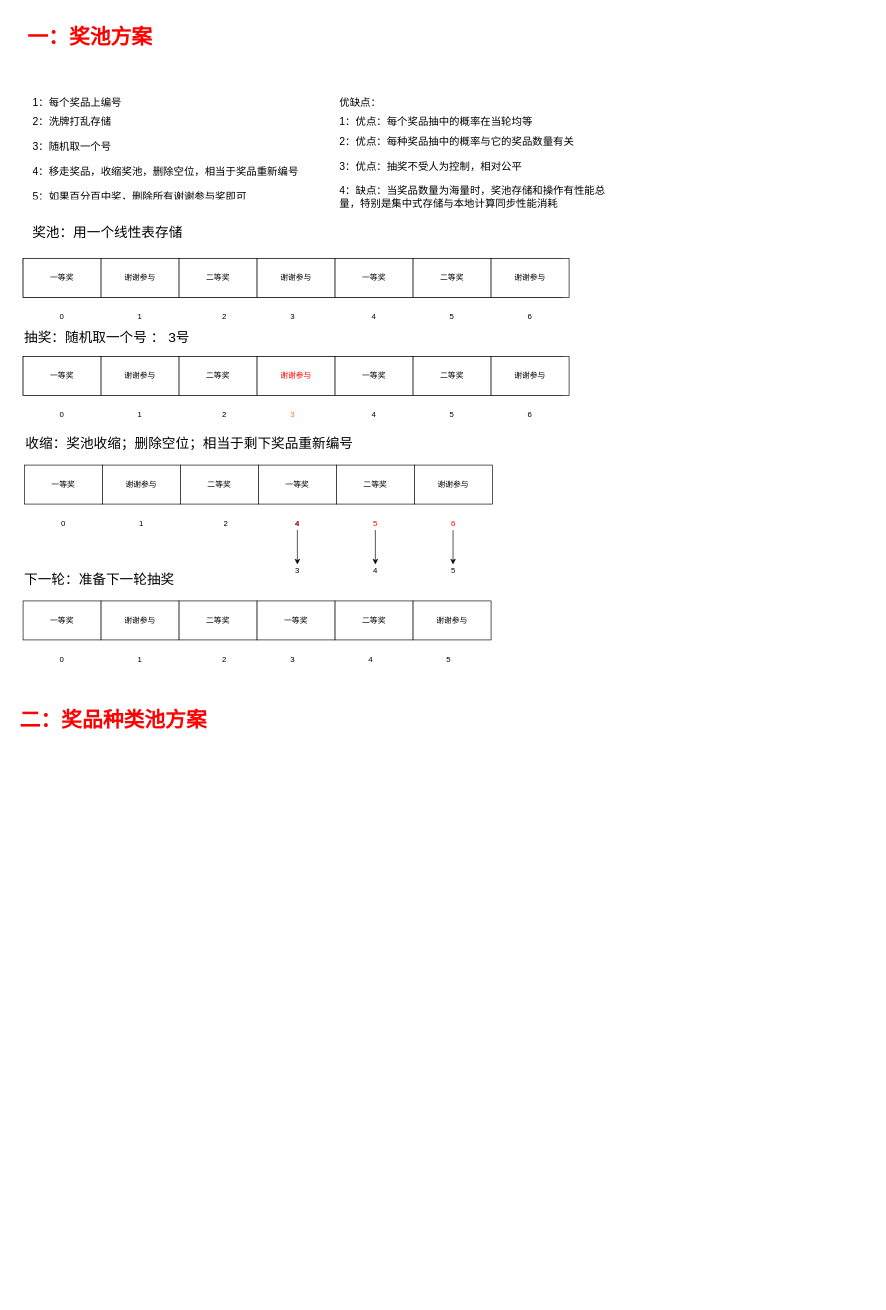
Above: won.drawio in yangsp1/yangsp1.github.io (draw.io), before the change. Source tidied: cells renumbered, new cells numbered last; positions are measured from the earlier drawing's top-left corner, leaving out a move shared by most shapes. Both pictures are drawn from the tidied source at 65%, with x=0, y=0 at pixel (16, 18).
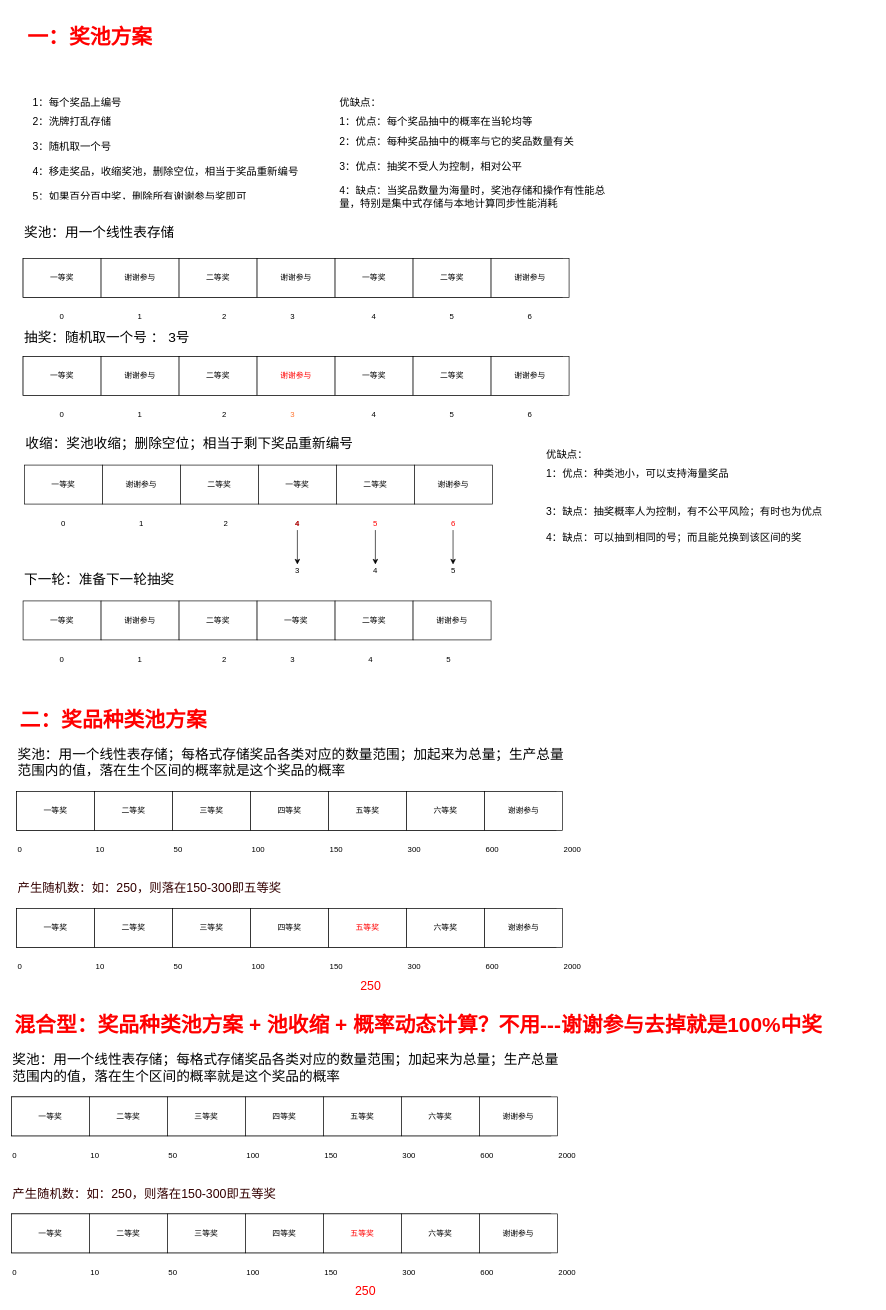
The same page after the edit.

Change to the diagram source:
```diff
@@
-    <mxCell id="17" value="奖池：用一个线性表存储" style="text;html=1;strokeColor=none;fillColor=none;align=center;verticalAlign=middle;whiteSpace=wrap;rounded=0;fontSize=21;" parent="1" vertex="1">
+    <mxCell id="17" value="奖池：用一个线性表存储" style="text;html=1;strokeColor=none;fillColor=none;align=left;verticalAlign=middle;whiteSpace=wrap;rounded=0;fontSize=21;" parent="1" vertex="1">
       <mxGeometry x="10" y="320" width="260" height="20" as="geometry" />
     </mxCell>
@@
+    <mxCell id="71" style="rounded=0;whiteSpace=wrap;html=1;" parent="1" vertex="1">
+      <mxGeometry y="1190" width="830" height="60" as="geometry" />
+    </mxCell>
+    <mxCell id="72" value="一等奖" style="rounded=0;whiteSpace=wrap;html=1;" parent="1" vertex="1">
+      <mxGeometry y="1190" width="120" height="60" as="geometry" />
+    </mxCell>
+    <mxCell id="73" value="二等奖" style="rounded=0;whiteSpace=wrap;html=1;" parent="1" vertex="1">
+      <mxGeometry x="120" y="1190" width="120" height="60" as="geometry" />
+    </mxCell>
+    <mxCell id="74" value="三等奖" style="rounded=0;whiteSpace=wrap;html=1;" parent="1" vertex="1">
+      <mxGeometry x="240" y="1190" width="120" height="60" as="geometry" />
+    </mxCell>
+    <mxCell id="75" value="四等奖" style="rounded=0;whiteSpace=wrap;html=1;" parent="1" vertex="1">
+      <mxGeometry x="360" y="1190" width="120" height="60" as="geometry" />
+    </mxCell>
+    <mxCell id="76" value="五等奖" style="rounded=0;whiteSpace=wrap;html=1;" parent="1" vertex="1">
+      <mxGeometry x="480" y="1190" width="120" height="60" as="geometry" />
+    </mxCell>
+    <mxCell id="77" value="六等奖" style="rounded=0;whiteSpace=wrap;html=1;" parent="1" vertex="1">
+      <mxGeometry x="600" y="1190" width="120" height="60" as="geometry" />
+    </mxCell>
+    <mxCell id="78" value="&lt;span&gt;谢谢参与&lt;/span&gt;" style="rounded=0;whiteSpace=wrap;html=1;" parent="1" vertex="1">
+      <mxGeometry x="720" y="1190" width="120" height="60" as="geometry" />
+    </mxCell>
+    <mxCell id="79" value="0" style="text;html=1;strokeColor=none;fillColor=none;align=left;verticalAlign=middle;whiteSpace=wrap;rounded=0;" parent="1" vertex="1">
+      <mxGeometry y="1270" width="40" height="20" as="geometry" />
+    </mxCell>
+    <mxCell id="80" value="100" style="text;html=1;strokeColor=none;fillColor=none;align=left;verticalAlign=middle;whiteSpace=wrap;rounded=0;" parent="1" vertex="1">
+      <mxGeometry x="360" y="1270" width="40" height="20" as="geometry" />
+    </mxCell>
+    <mxCell id="81" value="50" style="text;html=1;strokeColor=none;fillColor=none;align=left;verticalAlign=middle;whiteSpace=wrap;rounded=0;" parent="1" vertex="1">
+      <mxGeometry x="240" y="1270" width="40" height="20" as="geometry" />
+    </mxCell>
+    <mxCell id="82" value="奖池：用一个线性表存储；每格式存储奖品各类对应的数量范围；加起来为总量；生产总量范围内的值，落在生个区间的概率就是这个奖品的概率" style="text;html=1;strokeColor=none;fillColor=none;align=left;verticalAlign=middle;whiteSpace=wrap;rounded=0;fontSize=21;" parent="1" vertex="1">
+      <mxGeometry y="1110" width="850" height="70" as="geometry" />
+    </mxCell>
+    <mxCell id="83" value="10" style="text;html=1;strokeColor=none;fillColor=none;align=left;verticalAlign=middle;whiteSpace=wrap;rounded=0;" parent="1" vertex="1">
+      <mxGeometry x="120" y="1270" width="40" height="20" as="geometry" />
+    </mxCell>
+    <mxCell id="84" value="150" style="text;html=1;strokeColor=none;fillColor=none;align=left;verticalAlign=middle;whiteSpace=wrap;rounded=0;" parent="1" vertex="1">
+      <mxGeometry x="480" y="1270" width="40" height="20" as="geometry" />
+    </mxCell>
+    <mxCell id="85" value="300" style="text;html=1;strokeColor=none;fillColor=none;align=left;verticalAlign=middle;whiteSpace=wrap;rounded=0;" parent="1" vertex="1">
+      <mxGeometry x="600" y="1270" width="40" height="20" as="geometry" />
+    </mxCell>
+    <mxCell id="86" value="600" style="text;html=1;strokeColor=none;fillColor=none;align=left;verticalAlign=middle;whiteSpace=wrap;rounded=0;" parent="1" vertex="1">
+      <mxGeometry x="720" y="1270" width="40" height="20" as="geometry" />
+    </mxCell>
+    <mxCell id="87" value="2000" style="text;html=1;strokeColor=none;fillColor=none;align=left;verticalAlign=middle;whiteSpace=wrap;rounded=0;" parent="1" vertex="1">
+      <mxGeometry x="840" y="1270" width="40" height="20" as="geometry" />
+    </mxCell>
+    <mxCell id="88" style="rounded=0;whiteSpace=wrap;html=1;" parent="1" vertex="1">
+      <mxGeometry y="1370" width="830" height="60" as="geometry" />
+    </mxCell>
+    <mxCell id="89" value="一等奖" style="rounded=0;whiteSpace=wrap;html=1;" parent="1" vertex="1">
+      <mxGeometry y="1370" width="120" height="60" as="geometry" />
+    </mxCell>
+    <mxCell id="90" value="二等奖" style="rounded=0;whiteSpace=wrap;html=1;" parent="1" vertex="1">
+      <mxGeometry x="120" y="1370" width="120" height="60" as="geometry" />
+    </mxCell>
+    <mxCell id="91" value="三等奖" style="rounded=0;whiteSpace=wrap;html=1;" parent="1" vertex="1">
+      <mxGeometry x="240" y="1370" width="120" height="60" as="geometry" />
+    </mxCell>
+    <mxCell id="92" value="四等奖" style="rounded=0;whiteSpace=wrap;html=1;" parent="1" vertex="1">
+      <mxGeometry x="360" y="1370" width="120" height="60" as="geometry" />
+    </mxCell>
+    <mxCell id="93" value="五等奖" style="rounded=0;whiteSpace=wrap;html=1;fontColor=#FF0000;" parent="1" vertex="1">
+      <mxGeometry x="480" y="1370" width="120" height="60" as="geometry" />
+    </mxCell>
+    <mxCell id="94" value="六等奖" style="rounded=0;whiteSpace=wrap;html=1;" parent="1" vertex="1">
+      <mxGeometry x="600" y="1370" width="120" height="60" as="geometry" />
+    </mxCell>
+    <mxCell id="95" value="&lt;span&gt;谢谢参与&lt;/span&gt;" style="rounded=0;whiteSpace=wrap;html=1;" parent="1" vertex="1">
+      <mxGeometry x="720" y="1370" width="120" height="60" as="geometry" />
+    </mxCell>
+    <mxCell id="96" value="0" style="text;html=1;strokeColor=none;fillColor=none;align=left;verticalAlign=middle;whiteSpace=wrap;rounded=0;" parent="1" vertex="1">
+      <mxGeometry y="1450" width="40" height="20" as="geometry" />
+    </mxCell>
+    <mxCell id="97" value="100" style="text;html=1;strokeColor=none;fillColor=none;align=left;verticalAlign=middle;whiteSpace=wrap;rounded=0;" parent="1" vertex="1">
+      <mxGeometry x="360" y="1450" width="40" height="20" as="geometry" />
+    </mxCell>
+    <mxCell id="98" value="50" style="text;html=1;strokeColor=none;fillColor=none;align=left;verticalAlign=middle;whiteSpace=wrap;rounded=0;" parent="1" vertex="1">
+      <mxGeometry x="240" y="1450" width="40" height="20" as="geometry" />
+    </mxCell>
+    <mxCell id="99" value="10" style="text;html=1;strokeColor=none;fillColor=none;align=left;verticalAlign=middle;whiteSpace=wrap;rounded=0;" parent="1" vertex="1">
+      <mxGeometry x="120" y="1450" width="40" height="20" as="geometry" />
+    </mxCell>
+    <mxCell id="100" value="150" style="text;html=1;strokeColor=none;fillColor=none;align=left;verticalAlign=middle;whiteSpace=wrap;rounded=0;" parent="1" vertex="1">
+      <mxGeometry x="480" y="1450" width="40" height="20" as="geometry" />
+    </mxCell>
+    <mxCell id="101" value="300" style="text;html=1;strokeColor=none;fillColor=none;align=left;verticalAlign=middle;whiteSpace=wrap;rounded=0;" parent="1" vertex="1">
+      <mxGeometry x="600" y="1450" width="40" height="20" as="geometry" />
+    </mxCell>
+    <mxCell id="102" value="600" style="text;html=1;strokeColor=none;fillColor=none;align=left;verticalAlign=middle;whiteSpace=wrap;rounded=0;" parent="1" vertex="1">
+      <mxGeometry x="720" y="1450" width="40" height="20" as="geometry" />
+    </mxCell>
+    <mxCell id="103" value="2000" style="text;html=1;strokeColor=none;fillColor=none;align=left;verticalAlign=middle;whiteSpace=wrap;rounded=0;" parent="1" vertex="1">
+      <mxGeometry x="840" y="1450" width="40" height="20" as="geometry" />
+    </mxCell>
+    <mxCell id="104" value="产生随机数：如：250，则落在150-300即五等奖" style="text;html=1;strokeColor=none;fillColor=none;align=left;verticalAlign=middle;whiteSpace=wrap;rounded=0;fontSize=19;fontColor=#330000;fontStyle=0;" parent="1" vertex="1">
+      <mxGeometry y="1330" width="520" height="20" as="geometry" />
+    </mxCell>
+    <mxCell id="105" value="250" style="text;html=1;strokeColor=none;fillColor=none;align=center;verticalAlign=middle;whiteSpace=wrap;rounded=0;fontSize=19;fontColor=#FF0000;" parent="1" vertex="1">
+      <mxGeometry x="525" y="1480" width="40" height="20" as="geometry" />
+    </mxCell>
+    <mxCell id="106" value="&lt;h1&gt;混合型：奖品种类池方案 +&amp;nbsp;池收缩 +&amp;nbsp;概率动态计算？不用---谢谢参与去掉就是100%中奖&lt;/h1&gt;" style="text;html=1;strokeColor=none;fillColor=none;spacing=5;spacingTop=-20;whiteSpace=wrap;overflow=hidden;rounded=0;fontSize=16;fontColor=#FF0000;align=left;" parent="1" vertex="1">
+      <mxGeometry x="-8" y="1520" width="1328" height="70" as="geometry" />
+    </mxCell>
+    <mxCell id="107" style="rounded=0;whiteSpace=wrap;html=1;" parent="1" vertex="1">
+      <mxGeometry x="-8" y="1660" width="830" height="60" as="geometry" />
+    </mxCell>
+    <mxCell id="108" value="一等奖" style="rounded=0;whiteSpace=wrap;html=1;" parent="1" vertex="1">
+      <mxGeometry x="-8" y="1660" width="120" height="60" as="geometry" />
+    </mxCell>
+    <mxCell id="109" value="二等奖" style="rounded=0;whiteSpace=wrap;html=1;" parent="1" vertex="1">
+      <mxGeometry x="112" y="1660" width="120" height="60" as="geometry" />
+    </mxCell>
+    <mxCell id="110" value="三等奖" style="rounded=0;whiteSpace=wrap;html=1;" parent="1" vertex="1">
+      <mxGeometry x="232" y="1660" width="120" height="60" as="geometry" />
+    </mxCell>
+    <mxCell id="111" value="四等奖" style="rounded=0;whiteSpace=wrap;html=1;" parent="1" vertex="1">
+      <mxGeometry x="352" y="1660" width="120" height="60" as="geometry" />
+    </mxCell>
+    <mxCell id="112" value="五等奖" style="rounded=0;whiteSpace=wrap;html=1;" parent="1" vertex="1">
+      <mxGeometry x="472" y="1660" width="120" height="60" as="geometry" />
+    </mxCell>
+    <mxCell id="113" value="六等奖" style="rounded=0;whiteSpace=wrap;html=1;" parent="1" vertex="1">
+      <mxGeometry x="592" y="1660" width="120" height="60" as="geometry" />
+    </mxCell>
+    <mxCell id="114" value="&lt;span&gt;谢谢参与&lt;/span&gt;" style="rounded=0;whiteSpace=wrap;html=1;" parent="1" vertex="1">
+      <mxGeometry x="712" y="1660" width="120" height="60" as="geometry" />
+    </mxCell>
+    <mxCell id="115" value="0" style="text;html=1;strokeColor=none;fillColor=none;align=left;verticalAlign=middle;whiteSpace=wrap;rounded=0;" parent="1" vertex="1">
+      <mxGeometry x="-8" y="1740" width="40" height="20" as="geometry" />
+    </mxCell>
+    <mxCell id="116" value="100" style="text;html=1;strokeColor=none;fillColor=none;align=left;verticalAlign=middle;whiteSpace=wrap;rounded=0;" parent="1" vertex="1">
+      <mxGeometry x="352" y="1740" width="40" height="20" as="geometry" />
+    </mxCell>
+    <mxCell id="117" value="50" style="text;html=1;strokeColor=none;fillColor=none;align=left;verticalAlign=middle;whiteSpace=wrap;rounded=0;" parent="1" vertex="1">
+      <mxGeometry x="232" y="1740" width="40" height="20" as="geometry" />
+    </mxCell>
+    <mxCell id="118" value="奖池：用一个线性表存储；每格式存储奖品各类对应的数量范围；加起来为总量；生产总量范围内的值，落在生个区间的概率就是这个奖品的概率" style="text;html=1;strokeColor=none;fillColor=none;align=left;verticalAlign=middle;whiteSpace=wrap;rounded=0;fontSize=21;" parent="1" vertex="1">
+      <mxGeometry x="-8" y="1580" width="850" height="70" as="geometry" />
+    </mxCell>
+    <mxCell id="119" value="10" style="text;html=1;strokeColor=none;fillColor=none;align=left;verticalAlign=middle;whiteSpace=wrap;rounded=0;" parent="1" vertex="1">
+      <mxGeometry x="112" y="1740" width="40" height="20" as="geometry" />
+    </mxCell>
+    <mxCell id="120" value="150" style="text;html=1;strokeColor=none;fillColor=none;align=left;verticalAlign=middle;whiteSpace=wrap;rounded=0;" parent="1" vertex="1">
+      <mxGeometry x="472" y="1740" width="40" height="20" as="geometry" />
+    </mxCell>
+    <mxCell id="121" value="300" style="text;html=1;strokeColor=none;fillColor=none;align=left;verticalAlign=middle;whiteSpace=wrap;rounded=0;" parent="1" vertex="1">
+      <mxGeometry x="592" y="1740" width="40" height="20" as="geometry" />
+    </mxCell>
+    <mxCell id="122" value="600" style="text;html=1;strokeColor=none;fillColor=none;align=left;verticalAlign=middle;whiteSpace=wrap;rounded=0;" parent="1" vertex="1">
+      <mxGeometry x="712" y="1740" width="40" height="20" as="geometry" />
+    </mxCell>
+    <mxCell id="123" value="2000" style="text;html=1;strokeColor=none;fillColor=none;align=left;verticalAlign=middle;whiteSpace=wrap;rounded=0;" parent="1" vertex="1">
+      <mxGeometry x="832" y="1740" width="40" height="20" as="geometry" />
+    </mxCell>
+    <mxCell id="124" style="rounded=0;whiteSpace=wrap;html=1;" parent="1" vertex="1">
+      <mxGeometry x="-8" y="1840" width="830" height="60" as="geometry" />
+    </mxCell>
+    <mxCell id="125" value="一等奖" style="rounded=0;whiteSpace=wrap;html=1;" parent="1" vertex="1">
+      <mxGeometry x="-8" y="1840" width="120" height="60" as="geometry" />
+    </mxCell>
+    <mxCell id="126" value="二等奖" style="rounded=0;whiteSpace=wrap;html=1;" parent="1" vertex="1">
+      <mxGeometry x="112" y="1840" width="120" height="60" as="geometry" />
+    </mxCell>
+    <mxCell id="127" value="三等奖" style="rounded=0;whiteSpace=wrap;html=1;" parent="1" vertex="1">
+      <mxGeometry x="232" y="1840" width="120" height="60" as="geometry" />
+    </mxCell>
+    <mxCell id="128" value="四等奖" style="rounded=0;whiteSpace=wrap;html=1;" parent="1" vertex="1">
+      <mxGeometry x="352" y="1840" width="120" height="60" as="geometry" />
+    </mxCell>
+    <mxCell id="129" value="五等奖" style="rounded=0;whiteSpace=wrap;html=1;fontColor=#FF0000;" parent="1" vertex="1">
+      <mxGeometry x="472" y="1840" width="120" height="60" as="geometry" />
+    </mxCell>
+    <mxCell id="130" value="六等奖" style="rounded=0;whiteSpace=wrap;html=1;" parent="1" vertex="1">
+      <mxGeometry x="592" y="1840" width="120" height="60" as="geometry" />
+    </mxCell>
+    <mxCell id="131" value="&lt;span&gt;谢谢参与&lt;/span&gt;" style="rounded=0;whiteSpace=wrap;html=1;" parent="1" vertex="1">
+      <mxGeometry x="712" y="1840" width="120" height="60" as="geometry" />
+    </mxCell>
+    <mxCell id="132" value="0" style="text;html=1;strokeColor=none;fillColor=none;align=left;verticalAlign=middle;whiteSpace=wrap;rounded=0;" parent="1" vertex="1">
+      <mxGeometry x="-8" y="1920" width="40" height="20" as="geometry" />
+    </mxCell>
+    <mxCell id="133" value="100" style="text;html=1;strokeColor=none;fillColor=none;align=left;verticalAlign=middle;whiteSpace=wrap;rounded=0;" parent="1" vertex="1">
+      <mxGeometry x="352" y="1920" width="40" height="20" as="geometry" />
+    </mxCell>
+    <mxCell id="134" value="50" style="text;html=1;strokeColor=none;fillColor=none;align=left;verticalAlign=middle;whiteSpace=wrap;rounded=0;" parent="1" vertex="1">
+      <mxGeometry x="232" y="1920" width="40" height="20" as="geometry" />
+    </mxCell>
+    <mxCell id="135" value="10" style="text;html=1;strokeColor=none;fillColor=none;align=left;verticalAlign=middle;whiteSpace=wrap;rounded=0;" parent="1" vertex="1">
+      <mxGeometry x="112" y="1920" width="40" height="20" as="geometry" />
+    </mxCell>
+    <mxCell id="136" value="150" style="text;html=1;strokeColor=none;fillColor=none;align=left;verticalAlign=middle;whiteSpace=wrap;rounded=0;" parent="1" vertex="1">
+      <mxGeometry x="472" y="1920" width="40" height="20" as="geometry" />
+    </mxCell>
+    <mxCell id="137" value="300" style="text;html=1;strokeColor=none;fillColor=none;align=left;verticalAlign=middle;whiteSpace=wrap;rounded=0;" parent="1" vertex="1">
+      <mxGeometry x="592" y="1920" width="40" height="20" as="geometry" />
+    </mxCell>
+    <mxCell id="138" value="600" style="text;html=1;strokeColor=none;fillColor=none;align=left;verticalAlign=middle;whiteSpace=wrap;rounded=0;" parent="1" vertex="1">
+      <mxGeometry x="712" y="1920" width="40" height="20" as="geometry" />
+    </mxCell>
+    <mxCell id="139" value="2000" style="text;html=1;strokeColor=none;fillColor=none;align=left;verticalAlign=middle;whiteSpace=wrap;rounded=0;" parent="1" vertex="1">
+      <mxGeometry x="832" y="1920" width="40" height="20" as="geometry" />
+    </mxCell>
+    <mxCell id="140" value="产生随机数：如：250，则落在150-300即五等奖" style="text;html=1;strokeColor=none;fillColor=none;align=left;verticalAlign=middle;whiteSpace=wrap;rounded=0;fontSize=19;fontColor=#330000;fontStyle=0;" parent="1" vertex="1">
+      <mxGeometry x="-8" y="1800" width="520" height="20" as="geometry" />
+    </mxCell>
+    <mxCell id="141" value="250" style="text;html=1;strokeColor=none;fillColor=none;align=center;verticalAlign=middle;whiteSpace=wrap;rounded=0;fontSize=19;fontColor=#FF0000;" parent="1" vertex="1">
+      <mxGeometry x="517" y="1950" width="40" height="20" as="geometry" />
+    </mxCell>
+    <mxCell id="142" value="&lt;h1 style=&quot;font-size: 16px&quot;&gt;&lt;span style=&quot;font-weight: 400&quot;&gt;优缺点：&lt;/span&gt;&lt;/h1&gt;&lt;h1 style=&quot;font-size: 16px&quot;&gt;&lt;span style=&quot;font-weight: normal ; font-size: 16px&quot;&gt;1：优点：种类池小，可以支持海量奖品&lt;/span&gt;&lt;/h1&gt;&lt;h1 style=&quot;font-size: 16px&quot;&gt;&lt;br&gt;&lt;/h1&gt;&lt;div&gt;&lt;span style=&quot;font-weight: normal ; font-size: 16px&quot;&gt;3：缺点：抽奖概率人为控制，有不公平风险；有时也为优点&lt;/span&gt;&lt;/div&gt;&lt;div&gt;&lt;span style=&quot;font-weight: normal ; font-size: 16px&quot;&gt;&lt;br&gt;&lt;/span&gt;&lt;/div&gt;&lt;div&gt;&lt;span style=&quot;font-weight: normal ; font-size: 16px&quot;&gt;4：缺点：可以抽到相同的号；而且能兑换到该区间的奖&lt;br&gt;&lt;/span&gt;&lt;/div&gt;" style="text;html=1;strokeColor=none;fillColor=none;spacing=5;spacingTop=-20;whiteSpace=wrap;overflow=hidden;rounded=0;fontSize=16;fontStyle=1;" parent="1" vertex="1">
+      <mxGeometry x="810" y="661" width="448" height="180" as="geometry" />
+    </mxCell>
```
